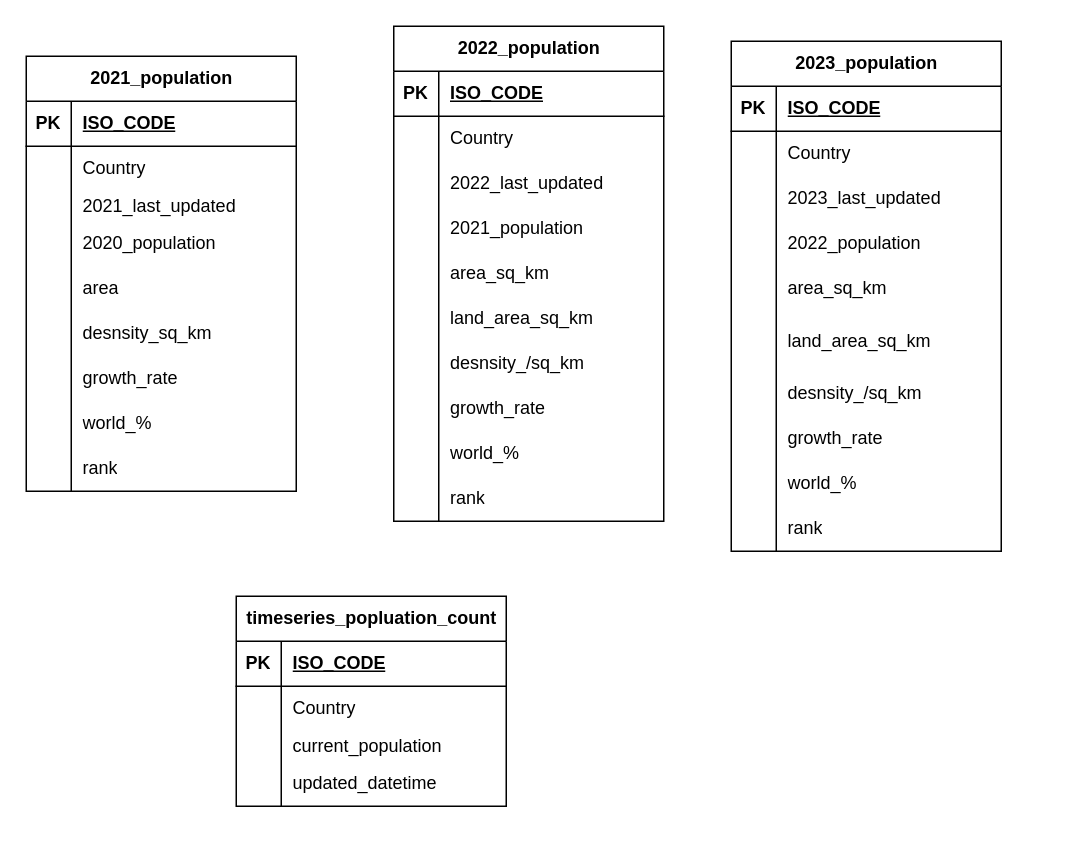
Before: WrldPopulationDataModel.drawio in Gajendra-theDataEngineer004627/DataEngineeringProjects, a draw.io diagram. Source tidied: cells renumbered, new cells numbered last; positions are measured from the earlier drawing's top-left corner, leaving out a move shared by most shapes. Both pictures are drawn from the tidied source at 150%, with x=0, y=0 at pixel (26, 26).
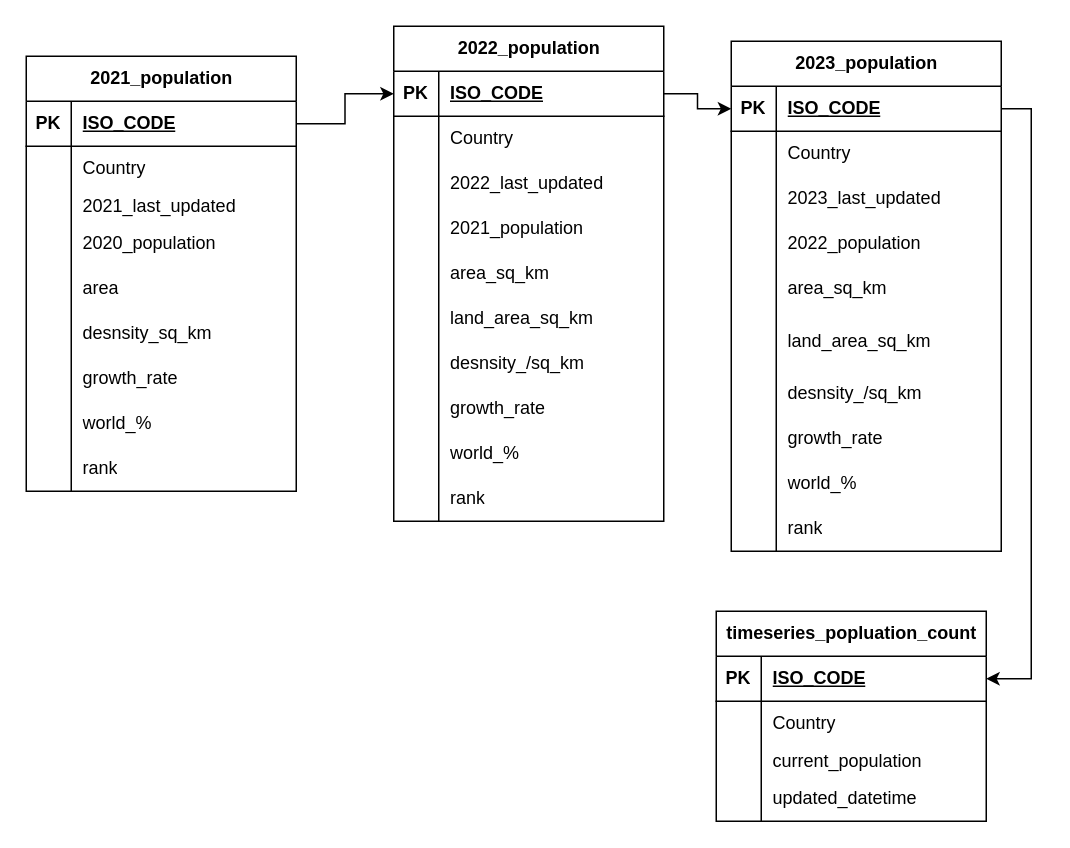
The same page after the edit.

Unchanged cells that the change refers to:
```xml
<mxCell id="3" style="shape=tableRow;horizontal=0;startSize=0;swimlaneHead=0;swimlaneBody=0;fillColor=none;points=[[0,0.5],[1,0.5]];portConstraint=eastwest;top=0;left=0;right=0;bottom=1;" parent="2" vertex="1">
  <mxGeometry y="30" width="180" height="30" as="geometry" />
</mxCell>
<mxCell id="34" style="shape=tableRow;horizontal=0;startSize=0;swimlaneHead=0;swimlaneBody=0;fillColor=none;points=[[0,0.5],[1,0.5]];portConstraint=eastwest;top=0;left=0;right=0;bottom=1;" parent="33" vertex="1">
  <mxGeometry y="30" width="180" height="30" as="geometry" />
</mxCell>
<mxCell id="62" style="shape=tableRow;horizontal=0;startSize=0;swimlaneHead=0;swimlaneBody=0;fillColor=none;points=[[0,0.5],[1,0.5]];portConstraint=eastwest;top=0;left=0;right=0;bottom=1;" parent="61" vertex="1">
  <mxGeometry y="30" width="180" height="30" as="geometry" />
</mxCell>
<mxCell id="93" style="shape=tableRow;horizontal=0;startSize=0;swimlaneHead=0;swimlaneBody=0;fillColor=none;points=[[0,0.5],[1,0.5]];portConstraint=eastwest;top=0;left=0;right=0;bottom=1;" parent="92" vertex="1">
  <mxGeometry y="30" width="180" height="30" as="geometry" />
</mxCell>
```

What changed in the source:
```diff
@@
     <mxCell id="92" value="timeseries_popluation_count" style="shape=table;startSize=30;childLayout=tableLayout;rowLines=0;fontStyle=1;align=center;html=1;" parent="1" vertex="1">
-      <mxGeometry x="140" y="380" width="180" height="140" as="geometry" />
+      <mxGeometry x="460" y="390" width="180" height="140" as="geometry" />
     </mxCell>
@@
+    <mxCell id="105" style="edgeStyle=orthogonalEdgeStyle;rounded=0;jettySize=auto;html=1;exitX=1;exitY=0.5;exitDx=0;exitDy=0;entryX=0;entryY=0.5;entryDx=0;entryDy=0;" parent="1" edge="1" source="34" target="3">
+      <mxGeometry relative="1" as="geometry" />
+    </mxCell>
+    <mxCell id="106" style="edgeStyle=orthogonalEdgeStyle;rounded=0;jettySize=auto;html=1;exitX=1;exitY=0.5;exitDx=0;exitDy=0;entryX=0;entryY=0.5;entryDx=0;entryDy=0;" parent="1" edge="1" source="3" target="62">
+      <mxGeometry relative="1" as="geometry" />
+    </mxCell>
+    <mxCell id="107" style="edgeStyle=orthogonalEdgeStyle;rounded=0;jettySize=auto;html=1;exitX=1;exitY=0.5;exitDx=0;exitDy=0;entryX=1;entryY=0.5;entryDx=0;entryDy=0;" parent="1" edge="1" source="62" target="93">
+      <mxGeometry relative="1" as="geometry" />
+    </mxCell>
```
